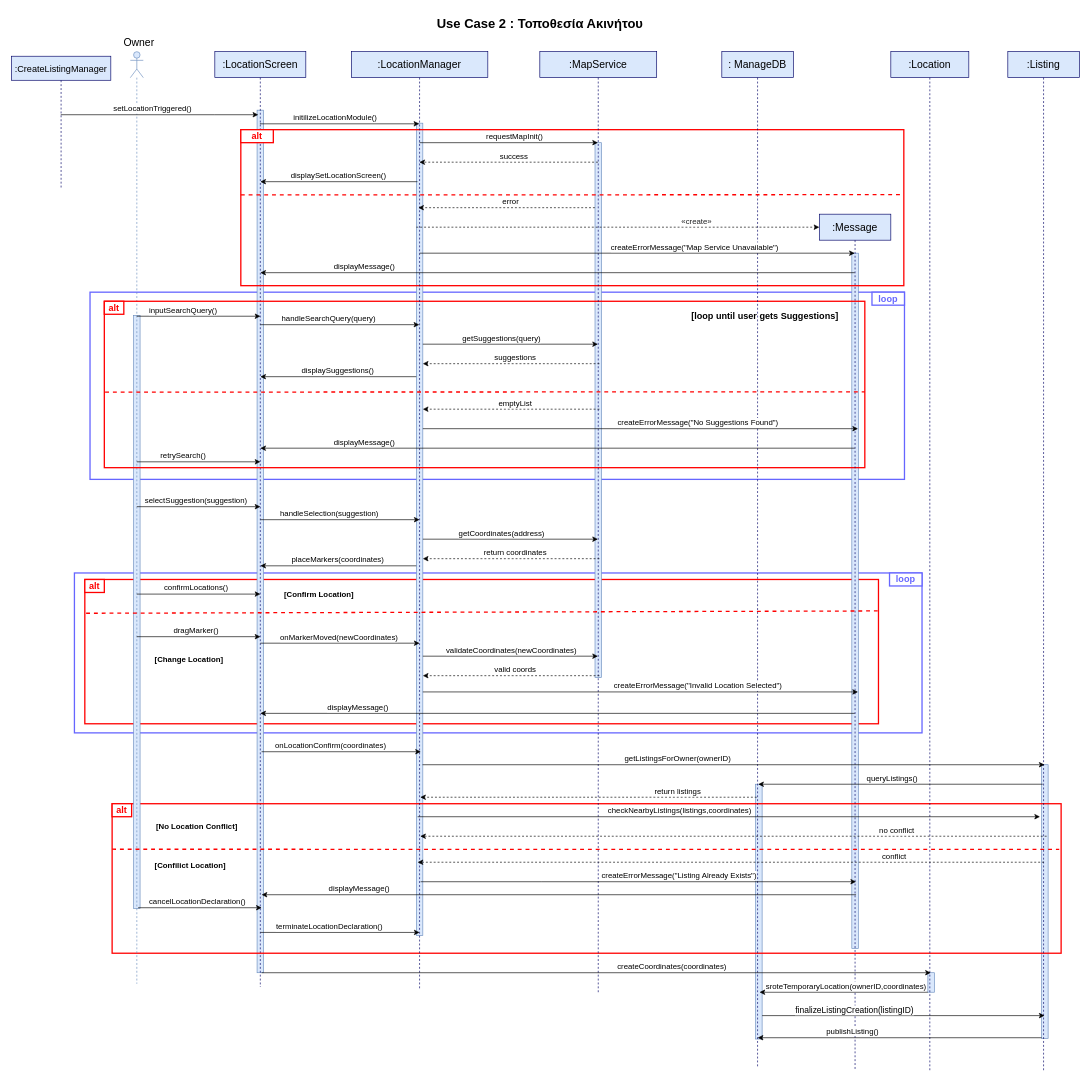
Before: page "user-case-2" (2 of 15) of FINAL DIAGRAMS/final_sequences.drawio in evelinastavropoulou/HomeLink, a draw.io diagram. Source tidied: cells renumbered, new cells numbered last; positions are measured from the earlier drawing's top-left corner, leaving out a move shared by most shapes. Both pictures are drawn from the tidied source at 65%, with x=0, y=0 at pixel (11, 11).
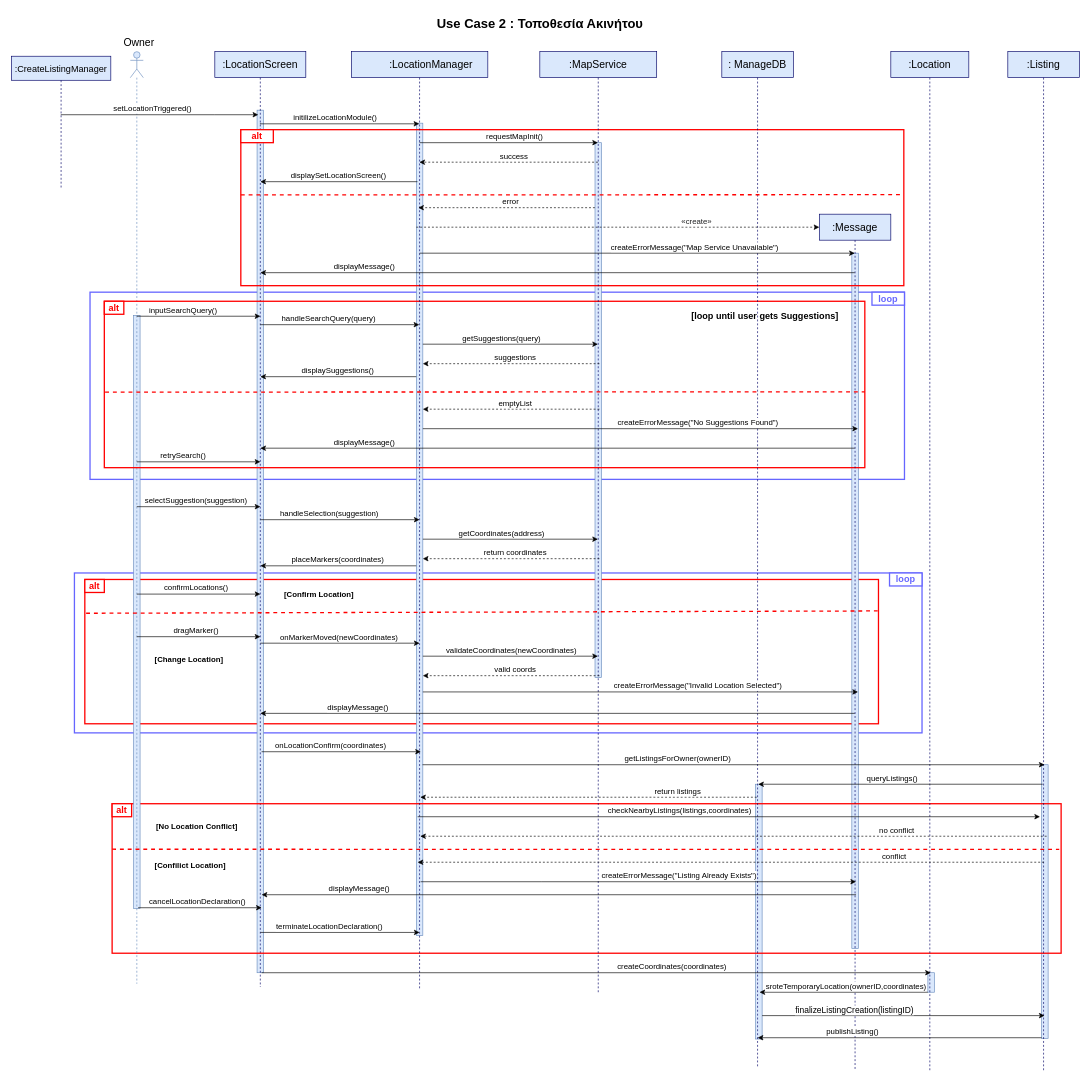
The same page after the edit.

The edit, as a diff of the source:
```diff
@@
-    <mxCell id="21" value=":LocationManager" style="shape=umlLifeline;perimeter=lifelinePerimeter;whiteSpace=wrap;html=1;outlineConnect=0;portConstraint=eastwest;newEdgeStyle={&quot;curved&quot;:0,&quot;rounded&quot;:0};fillColor=#dae8fc;strokeColor=#000066;fontSize=16;" parent="1" vertex="1">
+    <mxCell id="21" value="&lt;span style=&quot;white-space: pre;&quot;&gt;&#9;&lt;/span&gt;:LocationManager" style="shape=umlLifeline;perimeter=lifelinePerimeter;whiteSpace=wrap;html=1;outlineConnect=0;portConstraint=eastwest;newEdgeStyle={&quot;curved&quot;:0,&quot;rounded&quot;:0};fillColor=#dae8fc;strokeColor=#000066;fontSize=16;" parent="1" vertex="1">
       <mxGeometry x="523" y="62" width="210" height="1443" as="geometry" />
     </mxCell>
```
